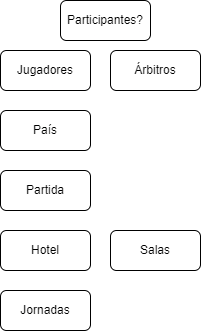
LuisMGlez/base-datos keeps this draw.io diagram as Unidad-1/Tareas/Tareas-evaluables/Tarea-evaluable-2/tarea-evaluable-2.drawio.png. Above is the earlier version. Source tidied: cells renumbered, new cells last; positions are measured from the earlier drawing's top-left corner, leaving out a move shared by most shapes. The source it was exported from:
```xml
<mxGraphModel>
  <root>
    <mxCell id="0" />
    <mxCell id="1" parent="0" />
    <mxCell id="2" value="Jugadores" style="rounded=1;whiteSpace=wrap;html=1;" parent="1" vertex="1">
      <mxGeometry y="50" width="90" height="40" as="geometry" />
    </mxCell>
    <mxCell id="3" value="Salas" style="rounded=1;whiteSpace=wrap;html=1;" parent="1" vertex="1">
      <mxGeometry x="110" y="230" width="90" height="40" as="geometry" />
    </mxCell>
    <mxCell id="4" value="Jornadas" style="rounded=1;whiteSpace=wrap;html=1;" parent="1" vertex="1">
      <mxGeometry y="290" width="90" height="40" as="geometry" />
    </mxCell>
    <mxCell id="5" value="Hotel" style="rounded=1;whiteSpace=wrap;html=1;" parent="1" vertex="1">
      <mxGeometry y="230" width="90" height="40" as="geometry" />
    </mxCell>
    <mxCell id="6" value="Partida" style="rounded=1;whiteSpace=wrap;html=1;" parent="1" vertex="1">
      <mxGeometry y="170" width="90" height="40" as="geometry" />
    </mxCell>
    <mxCell id="7" value="País" style="rounded=1;whiteSpace=wrap;html=1;" parent="1" vertex="1">
      <mxGeometry y="110" width="90" height="40" as="geometry" />
    </mxCell>
    <mxCell id="8" value="Participantes?" style="rounded=1;whiteSpace=wrap;html=1;" parent="1" vertex="1">
      <mxGeometry x="60" width="90" height="40" as="geometry" />
    </mxCell>
    <mxCell id="9" value="Árbitros" style="rounded=1;whiteSpace=wrap;html=1;" parent="1" vertex="1">
      <mxGeometry x="110" y="50" width="90" height="40" as="geometry" />
    </mxCell>
  </root>
</mxGraphModel>
```
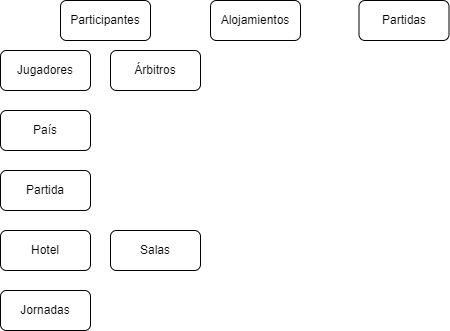
Above is the later version.

The edit, as a diff of the source:
```diff
@@ -20,11 +20,17 @@
     <mxCell id="7" value="País" style="rounded=1;whiteSpace=wrap;html=1;" parent="1" vertex="1">
       <mxGeometry y="110" width="90" height="40" as="geometry" />
     </mxCell>
-    <mxCell id="8" value="Participantes?" style="rounded=1;whiteSpace=wrap;html=1;" parent="1" vertex="1">
+    <mxCell id="8" value="Participantes" style="rounded=1;whiteSpace=wrap;html=1;" parent="1" vertex="1">
       <mxGeometry x="60" width="90" height="40" as="geometry" />
     </mxCell>
     <mxCell id="9" value="Árbitros" style="rounded=1;whiteSpace=wrap;html=1;" parent="1" vertex="1">
       <mxGeometry x="110" y="50" width="90" height="40" as="geometry" />
     </mxCell>
+    <mxCell id="10" value="Alojamientos" style="rounded=1;whiteSpace=wrap;html=1;" parent="1" vertex="1">
+      <mxGeometry x="210" width="90" height="40" as="geometry" />
+    </mxCell>
+    <mxCell id="11" value="Partidas" style="rounded=1;whiteSpace=wrap;html=1;" parent="1" vertex="1">
+      <mxGeometry x="358.5" width="90" height="40" as="geometry" />
+    </mxCell>
   </root>
 </mxGraphModel>
```
